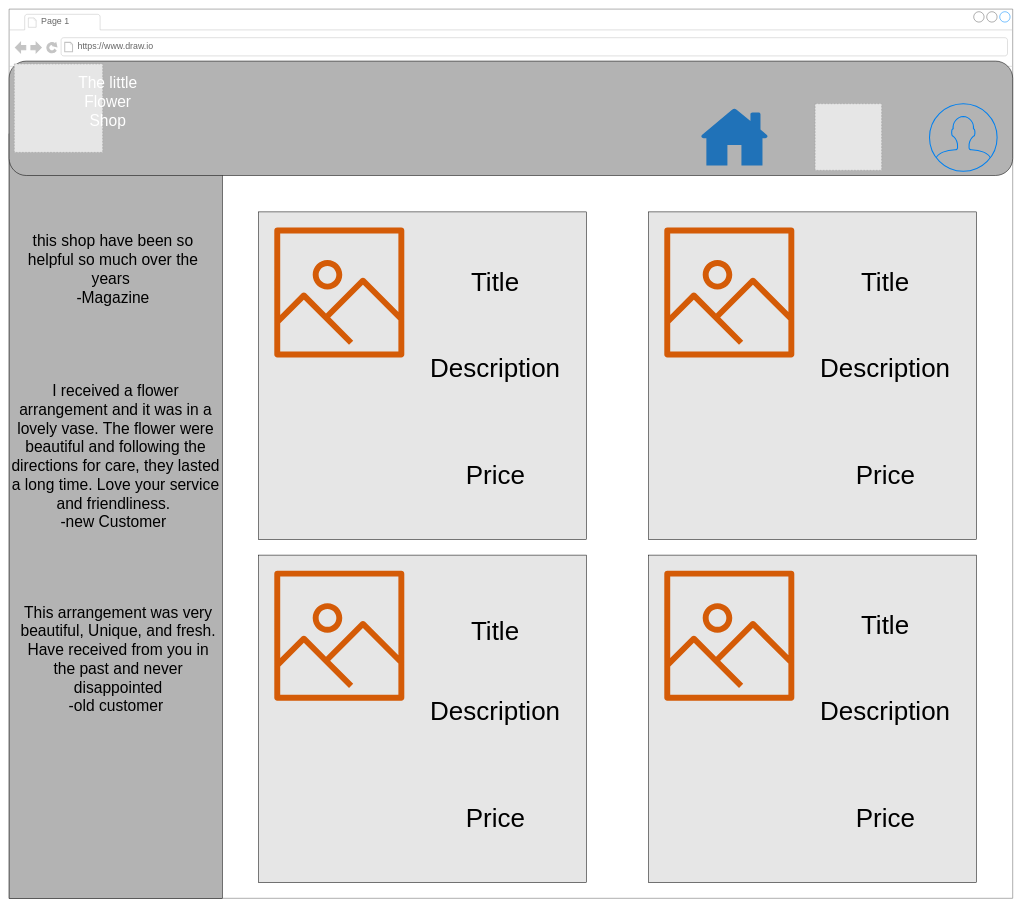
Charliex22/UIDesign- keeps this draw.io diagram as page "Product 2.0" (5 of 7) of Untitled Diagram.drawio. Above is the earlier version. Source tidied: cells renumbered, new cells numbered last; positions are measured from the earlier drawing's top-left corner, leaving out a move shared by most shapes. Both pictures are drawn from the tidied source at 52%, with x=0, y=0 at pixel (9, 9). Pictures stored in the file or linked from it are replaced by grey dashed boxes.
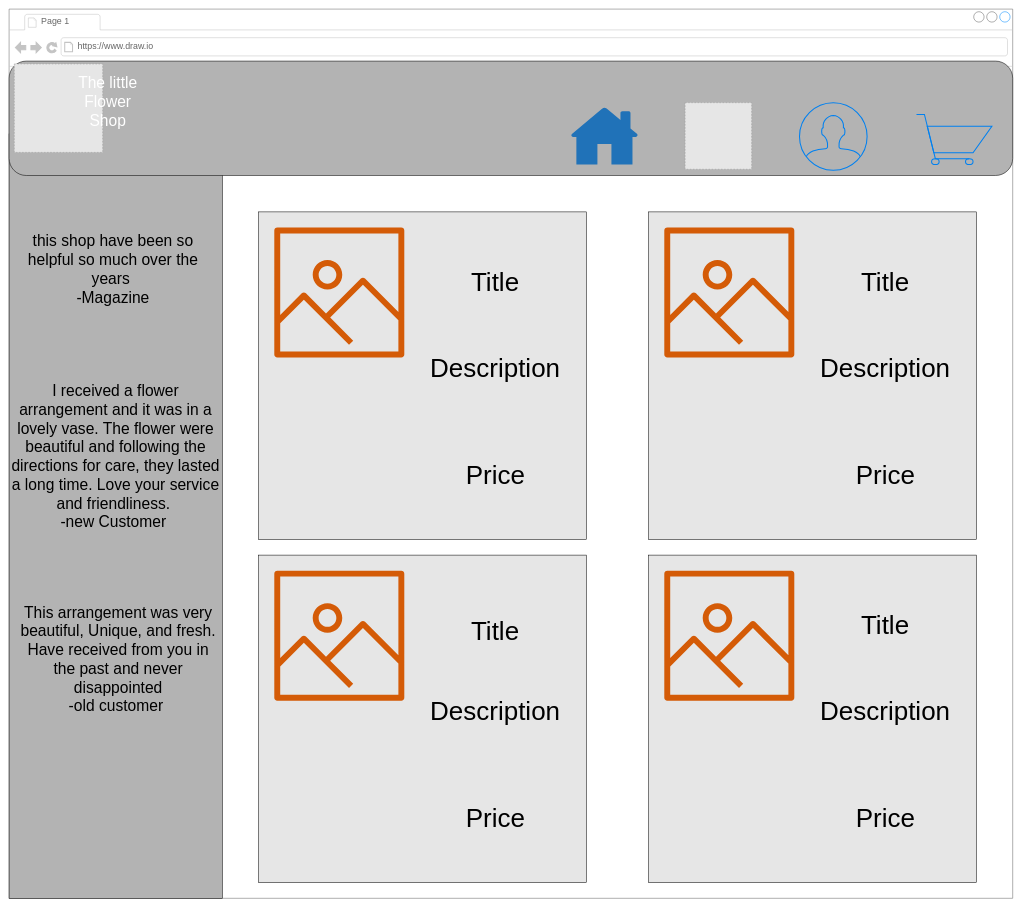
After the change.

Unchanged cells that the change refers to:
```xml
<mxCell id="2" style="strokeWidth=1;shadow=0;dashed=0;align=center;html=1;shape=mxgraph.mockup.containers.browserWindow;rSize=0;strokeColor=#666666;strokeColor2=#008cff;strokeColor3=#c4c4c4;mainText=,;labelBackgroundColor=none;fontFamily=Helvetica;fontSize=20;fontColor=none;fillColor=#FFFFFF;" parent="1" vertex="1">
  <mxGeometry width="1930" height="1710" as="geometry" />
</mxCell>
```

Change to the diagram source:
```diff
@@
     <mxCell id="7" style="fillColor=#E6E6E6;strokeColor=#999999;dashed=1;html=1;verticalAlign=top;verticalLabelPosition=bottom;labelBackgroundColor=#ffffff;fontFamily=Helvetica;fontSize=73;fontColor=none;" parent="2" vertex="1">
-      <mxGeometry x="1550" y="182" width="128" height="128" as="geometry" />
+      <mxGeometry x="1300" y="180" width="128" height="128" as="geometry" />
     </mxCell>
     <mxCell id="8" style="sketch=0;shadow=0;dashed=0;html=1;strokeColor=none;labelPosition=center;verticalLabelPosition=bottom;verticalAlign=top;align=center;shape=mxgraph.office.concepts.home;fillColor=#2072B8;labelBackgroundColor=none;fontFamily=Helvetica;fontSize=73;fontColor=none;" parent="2" vertex="1">
-      <mxGeometry x="1330" y="191" width="130" height="110" as="geometry" />
+      <mxGeometry x="1080" y="189" width="130" height="110" as="geometry" />
     </mxCell>
     <mxCell id="9" style="html=1;verticalLabelPosition=bottom;align=center;labelBackgroundColor=#ffffff;verticalAlign=top;strokeWidth=2;strokeColor=#0080F0;shadow=0;dashed=0;shape=mxgraph.ios7.icons.user;fontFamily=Helvetica;fontSize=73;fontColor=none;fillColor=#B3B3B3;" parent="2" vertex="1">
-      <mxGeometry x="1770" y="182" width="130" height="130" as="geometry" />
+      <mxGeometry x="1520" y="180" width="130" height="130" as="geometry" />
     </mxCell>
@@
+    <mxCell id="35" style="html=1;verticalLabelPosition=bottom;align=center;labelBackgroundColor=#ffffff;verticalAlign=top;strokeWidth=2;strokeColor=#0080F0;shadow=0;dashed=0;shape=mxgraph.ios7.icons.shopping_cart;fontSize=50;fillColor=#B3B3B3;" parent="2" vertex="1">
+      <mxGeometry x="1745" y="202.5" width="145" height="96.5" as="geometry" />
+    </mxCell>
```
